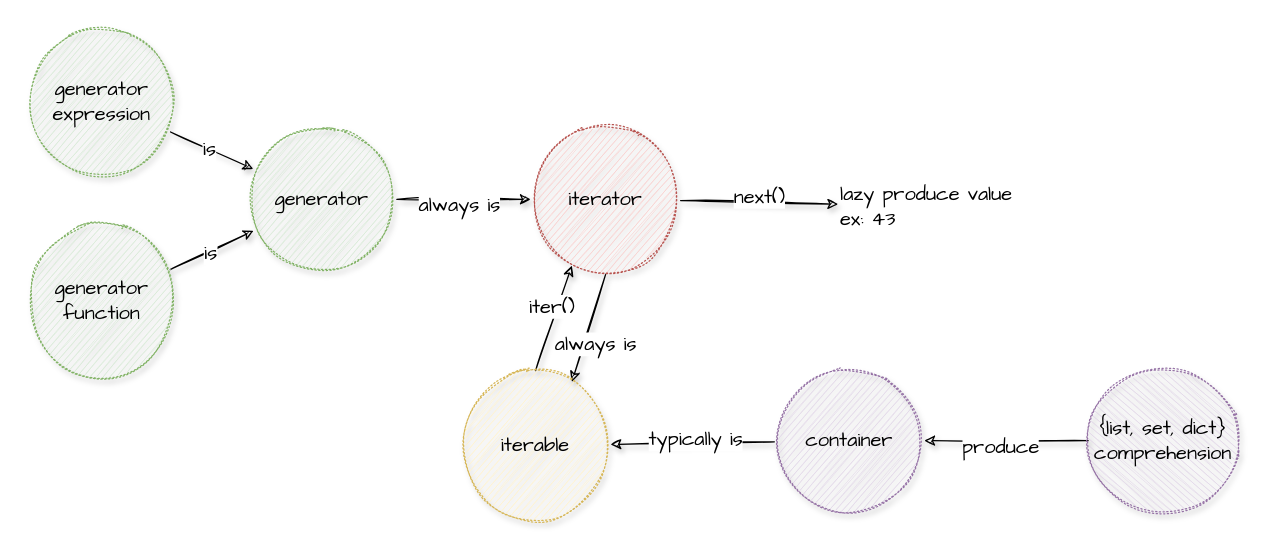
This is attach/iterator_generator.drawio from leo0961325/documentation-notes, a draw.io file, before an edit. Source tidied: cells renumbered, new cells numbered last; positions are measured from the earlier drawing's top-left corner, leaving out a move shared by most shapes. Both pictures are drawn from the tidied source at 125%, with x=0, y=0 at pixel (26, 26).
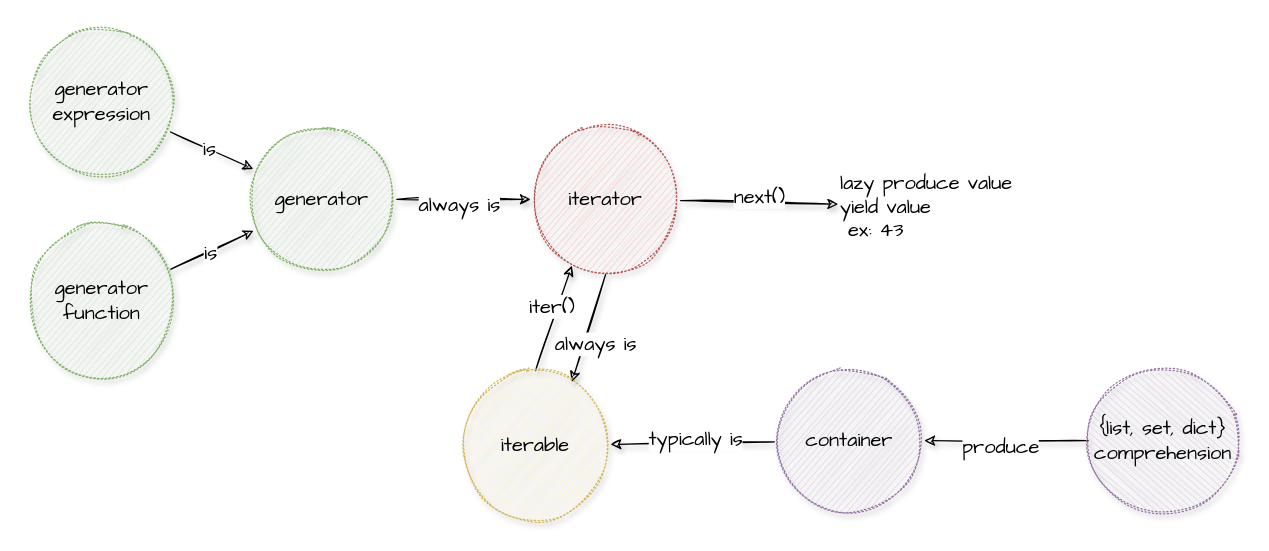
The same diagram, later.

Change to the diagram source:
```diff
@@
-    <mxCell id="19" value="lazy produce value ex:&amp;nbsp;43" style="text;html=1;strokeColor=none;fillColor=none;align=left;verticalAlign=middle;whiteSpace=wrap;rounded=0;sketch=1;fontFamily=Comic Sans MS;fontSize=16;shadow=0;" parent="1" vertex="1">
+    <mxCell id="19" value="lazy produce value&lt;br&gt;yield value&lt;br&gt;&amp;nbsp;ex:&amp;nbsp;43" style="text;html=1;strokeColor=none;fillColor=none;align=left;verticalAlign=middle;whiteSpace=wrap;rounded=0;sketch=1;fontFamily=Comic Sans MS;fontSize=16;shadow=0;" parent="1" vertex="1">
       <mxGeometry x="649" y="115" width="158" height="57" as="geometry" />
     </mxCell>
```
